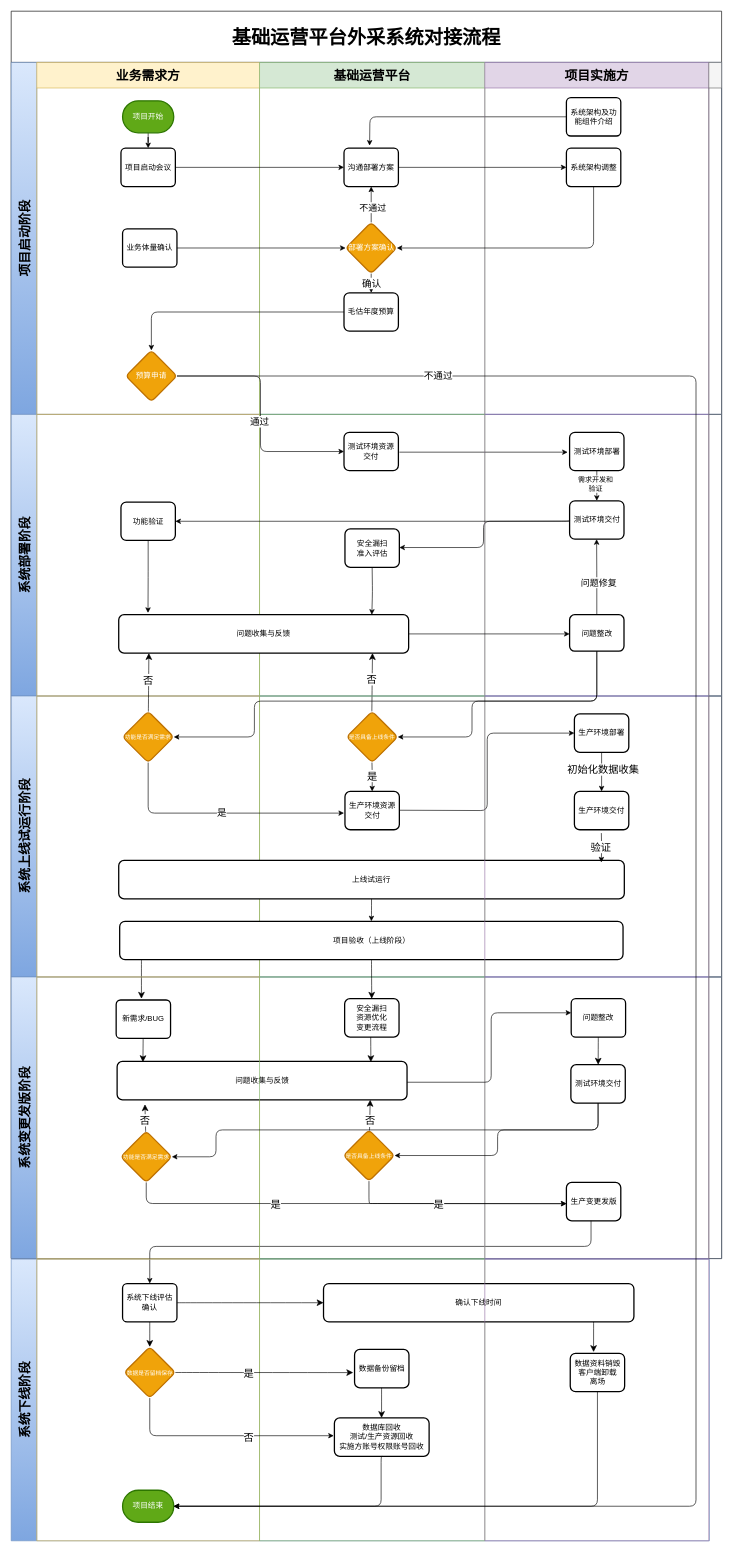
The draw.io diagram page "Page-1-外采项目SOP截图" (2 of 4) of 基础运营平台第三方系统对接流程.drawio in lujungang/kubernetes-aliyun, before the edit. Source tidied: cells renumbered, new cells numbered last; positions are measured from the earlier drawing's top-left corner, leaving out a move shared by most shapes. Both pictures are drawn from the tidied source at 64%, with x=0, y=0 at pixel (11, 11).
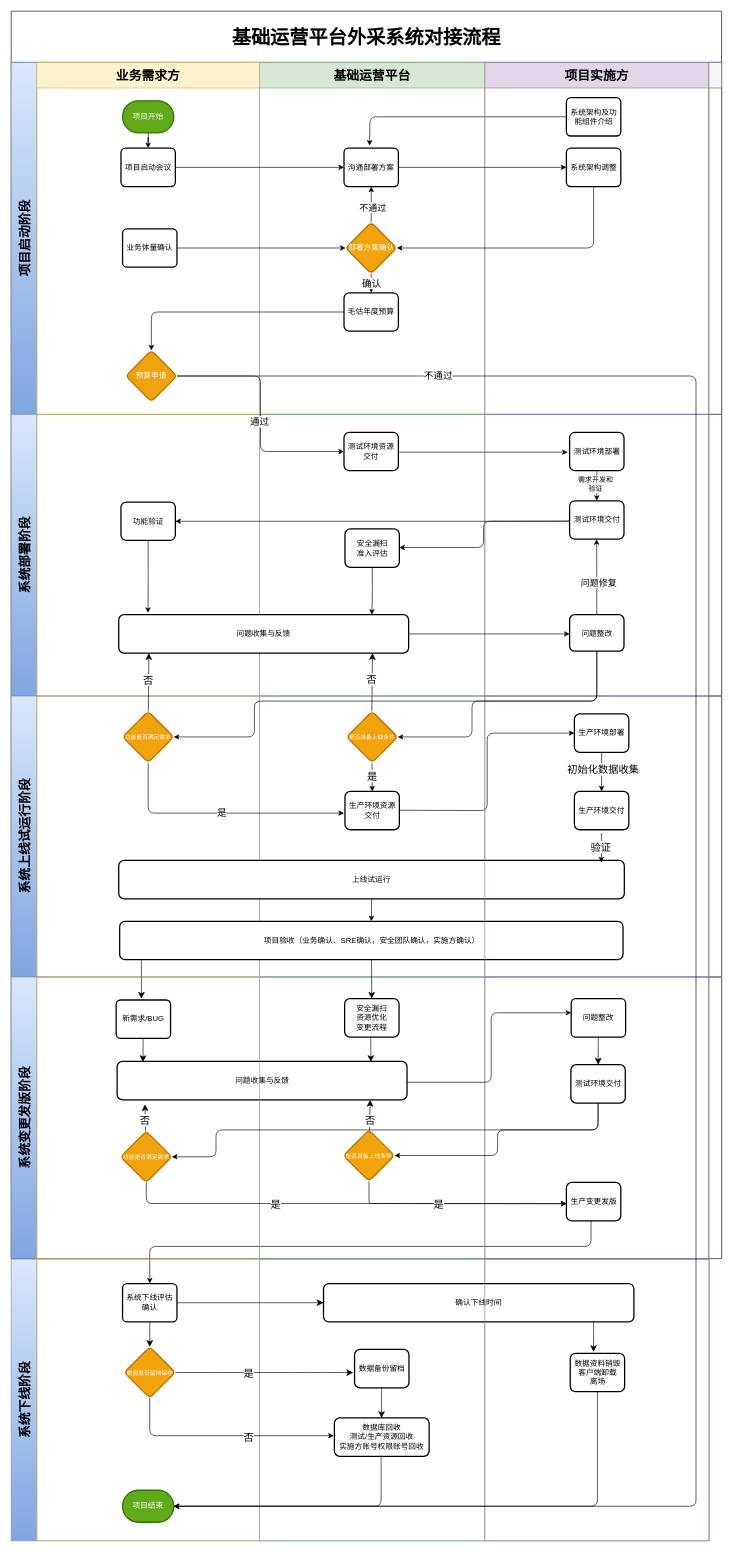
The same page after the edit.

Unchanged cells that the change refers to:
```xml
<mxCell id="52" style="swimlane;startSize=0;html=1;whiteSpace=wrap;fillColor=#d5e8d4;strokeColor=#82b366;" parent="48" vertex="1">
  <mxGeometry x="388" width="352" height="439" as="geometry" />
</mxCell>
```

The edit, as a diff of the source:
```diff
@@
-    <mxCell id="60" value="&lt;font color=&quot;#000000&quot;&gt;项目验收（上线阶段）&lt;/font&gt;" style="whiteSpace=wrap;html=1;rounded=1;fontColor=#ffffff;strokeWidth=2;arcSize=14;fillColor=#FFFFFF;" parent="52" vertex="1">
+    <mxCell id="60" value="&lt;font color=&quot;#000000&quot;&gt;项目验收（&lt;/font&gt;&lt;span style=&quot;color: rgb(0, 0, 0);&quot;&gt;业务确认、&lt;/span&gt;&lt;font color=&quot;#000000&quot;&gt;SRE确认，安全团队确认，实施方确认）&lt;/font&gt;" style="whiteSpace=wrap;html=1;rounded=1;fontColor=#ffffff;strokeWidth=2;arcSize=14;fillColor=#FFFFFF;" parent="52" vertex="1">
       <mxGeometry x="-218.5" y="352" width="786.5" height="60" as="geometry" />
     </mxCell>
```
